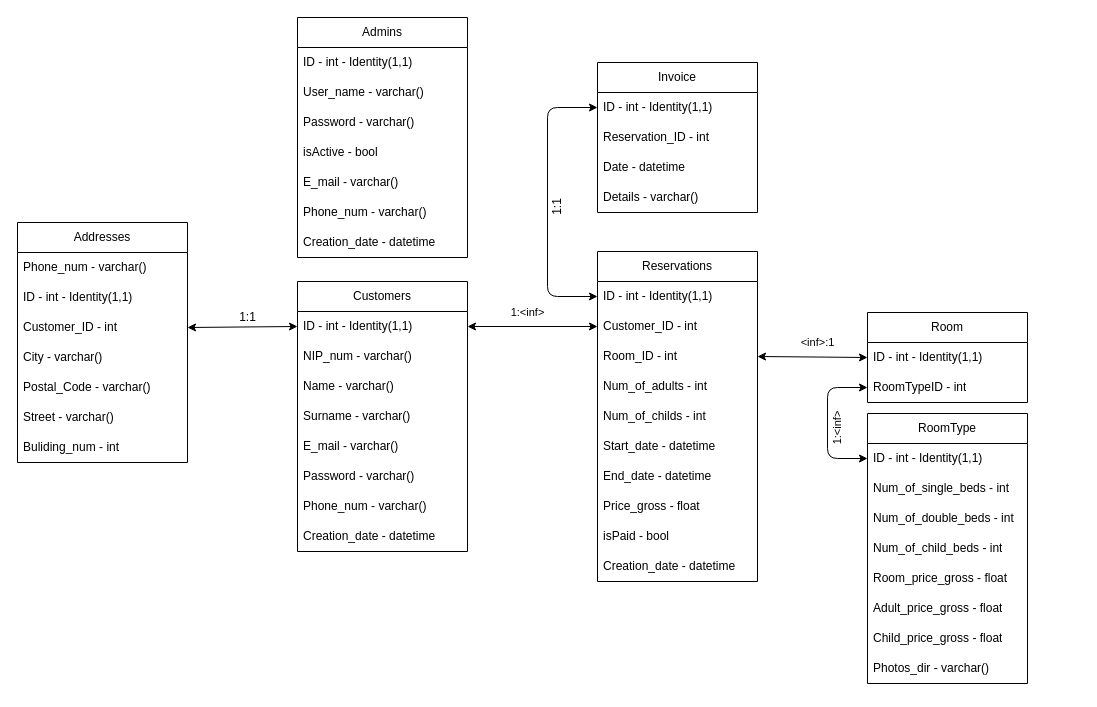
Before: DrawioSource/DB_model.drawio in PLProjektKompetencyjny/PK_6IO1z_Projekt4_DataBase, a draw.io diagram. Source tidied: cells renumbered, new cells numbered last; positions are measured from the earlier drawing's top-left corner, leaving out a move shared by most shapes. Both pictures are drawn from the tidied source at 100%, with x=0, y=0 at pixel (17, 17).
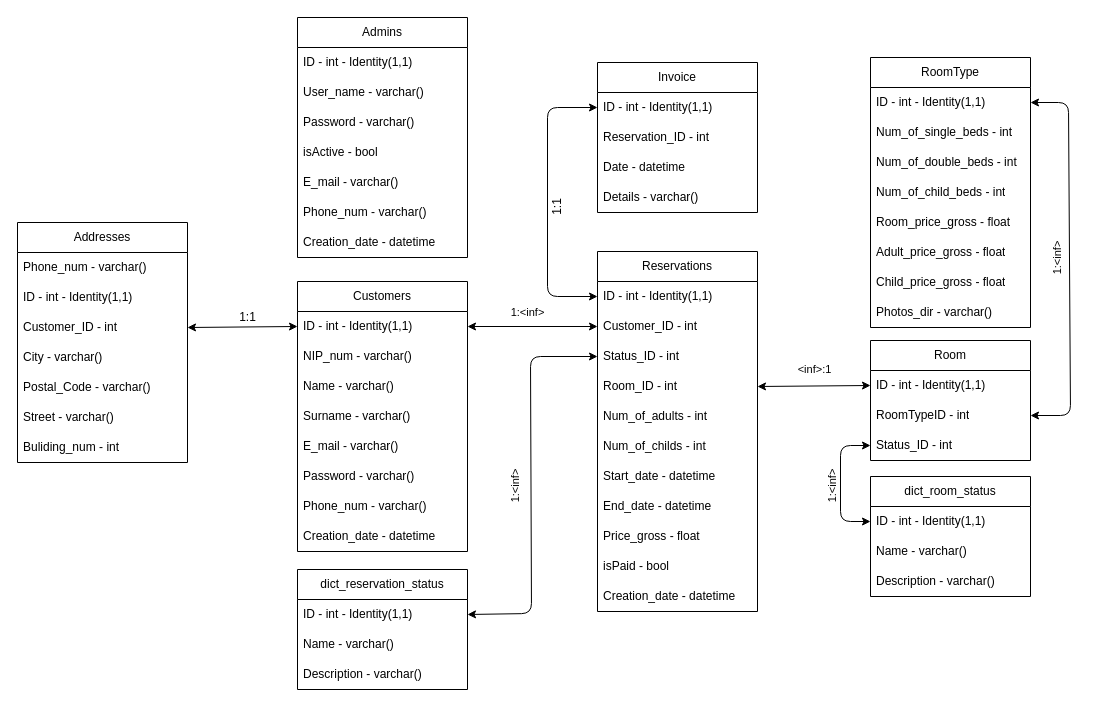
Above is the later version.

Commit message (it also covers changes not shown here):
add dict tables with statuses to BD diagram

The change refers to these unchanged cells:
```xml
<mxCell id="40" value="ID - int - Identity(1,1)" style="text;strokeColor=none;fillColor=none;align=left;verticalAlign=middle;spacingLeft=4;spacingRight=4;overflow=hidden;points=[[0,0.5],[1,0.5]];portConstraint=eastwest;whiteSpace=wrap;html=1;" parent="39" vertex="1">
  <mxGeometry y="30" width="160" height="30" as="geometry" />
</mxCell>
<mxCell id="41" value="RoomTypeID - int" style="text;strokeColor=none;fillColor=none;align=left;verticalAlign=middle;spacingLeft=4;spacingRight=4;overflow=hidden;points=[[0,0.5],[1,0.5]];portConstraint=eastwest;whiteSpace=wrap;html=1;" parent="39" vertex="1">
  <mxGeometry y="60" width="160" height="30" as="geometry" />
</mxCell>
<mxCell id="55" value="ID - int - Identity(1,1)" style="text;strokeColor=none;fillColor=none;align=left;verticalAlign=middle;spacingLeft=4;spacingRight=4;overflow=hidden;points=[[0,0.5],[1,0.5]];portConstraint=eastwest;whiteSpace=wrap;html=1;" parent="54" vertex="1">
  <mxGeometry y="30" width="160" height="30" as="geometry" />
</mxCell>
```

Change to the diagram source:
```diff
@@
     <mxCell id="28" value="Reservations" style="swimlane;fontStyle=0;horizontal=1;startSize=30;whiteSpace=wrap;html=1;" parent="1" vertex="1">
-      <mxGeometry x="580" y="234" width="160" height="330" as="geometry" />
+      <mxGeometry x="580" y="234" width="160" height="360" as="geometry" />
     </mxCell>
@@
+    <mxCell id="65" value="Status_ID - int" style="text;strokeColor=none;fillColor=none;align=left;verticalAlign=middle;spacingLeft=4;spacingRight=4;overflow=hidden;points=[[0,0.5],[1,0.5]];portConstraint=eastwest;whiteSpace=wrap;html=1;" parent="28" vertex="1">
+      <mxGeometry y="90" width="160" height="30" as="geometry" />
+    </mxCell>
     <mxCell id="31" value="Room_ID - int" style="text;strokeColor=none;fillColor=none;align=left;verticalAlign=middle;spacingLeft=4;spacingRight=4;overflow=hidden;points=[[0,0.5],[1,0.5]];portConstraint=eastwest;whiteSpace=wrap;html=1;" parent="28" vertex="1">
-      <mxGeometry y="90" width="160" height="30" as="geometry" />
+      <mxGeometry y="120" width="160" height="30" as="geometry" />
     </mxCell>
     <mxCell id="32" value="Num_of_adults - int" style="text;strokeColor=none;fillColor=none;align=left;verticalAlign=middle;spacingLeft=4;spacingRight=4;overflow=hidden;whiteSpace=wrap;html=1;" parent="28" vertex="1">
-      <mxGeometry y="120" width="160" height="30" as="geometry" />
+      <mxGeometry y="150" width="160" height="30" as="geometry" />
     </mxCell>
     <mxCell id="33" value="Num_of_childs - int" style="text;strokeColor=none;fillColor=none;align=left;verticalAlign=middle;spacingLeft=4;spacingRight=4;overflow=hidden;whiteSpace=wrap;html=1;" parent="28" vertex="1">
-      <mxGeometry y="150" width="160" height="30" as="geometry" />
+      <mxGeometry y="180" width="160" height="30" as="geometry" />
     </mxCell>
     <mxCell id="34" value="Start_date - datetime" style="text;strokeColor=none;fillColor=none;align=left;verticalAlign=middle;spacingLeft=4;spacingRight=4;overflow=hidden;whiteSpace=wrap;html=1;" parent="28" vertex="1">
-      <mxGeometry y="180" width="160" height="30" as="geometry" />
+      <mxGeometry y="210" width="160" height="30" as="geometry" />
     </mxCell>
     <mxCell id="35" value="End_date - datetime" style="text;strokeColor=none;fillColor=none;align=left;verticalAlign=middle;spacingLeft=4;spacingRight=4;overflow=hidden;whiteSpace=wrap;html=1;" parent="28" vertex="1">
-      <mxGeometry y="210" width="160" height="30" as="geometry" />
+      <mxGeometry y="240" width="160" height="30" as="geometry" />
     </mxCell>
     <mxCell id="36" value="Price_gross - float" style="text;strokeColor=none;fillColor=none;align=left;verticalAlign=middle;spacingLeft=4;spacingRight=4;overflow=hidden;whiteSpace=wrap;html=1;" parent="28" vertex="1">
-      <mxGeometry y="240" width="160" height="30" as="geometry" />
+      <mxGeometry y="270" width="160" height="30" as="geometry" />
     </mxCell>
     <mxCell id="37" value="isPaid - bool" style="text;strokeColor=none;fillColor=none;align=left;verticalAlign=middle;spacingLeft=4;spacingRight=4;overflow=hidden;whiteSpace=wrap;html=1;" parent="28" vertex="1">
-      <mxGeometry y="270" width="160" height="30" as="geometry" />
+      <mxGeometry y="300" width="160" height="30" as="geometry" />
     </mxCell>
     <mxCell id="38" value="Creation_date - datetime" style="text;strokeColor=none;fillColor=none;align=left;verticalAlign=middle;spacingLeft=4;spacingRight=4;overflow=hidden;whiteSpace=wrap;html=1;" parent="28" vertex="1">
-      <mxGeometry y="300" width="160" height="30" as="geometry" />
+      <mxGeometry y="330" width="160" height="30" as="geometry" />
     </mxCell>
     <mxCell id="39" value="Room" style="swimlane;fontStyle=0;horizontal=1;startSize=30;whiteSpace=wrap;html=1;" parent="1" vertex="1">
-      <mxGeometry x="850" y="295" width="160" height="90" as="geometry" />
+      <mxGeometry x="853" y="323" width="160" height="120" as="geometry" />
     </mxCell>
@@
+    <mxCell id="66" value="Status_ID - int" style="text;strokeColor=none;fillColor=none;align=left;verticalAlign=middle;spacingLeft=4;spacingRight=4;overflow=hidden;points=[[0,0.5],[1,0.5]];portConstraint=eastwest;whiteSpace=wrap;html=1;" parent="39" vertex="1">
+      <mxGeometry y="90" width="160" height="30" as="geometry" />
+    </mxCell>
@@
-    <mxCell id="44" style="edgeStyle=none;shape=connector;rounded=1;html=1;exitX=1;exitY=0.5;exitDx=0;exitDy=0;entryX=0;entryY=0.5;entryDx=0;entryDy=0;labelBackgroundColor=default;strokeColor=default;fontFamily=Helvetica;fontSize=11;fontColor=default;startArrow=classic;startFill=1;endArrow=classic;" parent="1" edge="1" source="31" target="40">
-      <mxGeometry relative="1" as="geometry" />
-    </mxCell>
     <mxCell id="45" value="&amp;lt;inf&amp;gt;:1" style="text;html=1;align=center;verticalAlign=middle;strokeColor=none;fillColor=none;fontSize=11;fontFamily=Helvetica;fontColor=default;" parent="1" vertex="1">
-      <mxGeometry x="770" y="310" width="60" height="30" as="geometry" />
+      <mxGeometry x="767" y="337" width="60" height="30" as="geometry" />
     </mxCell>
@@
     <mxCell id="54" value="RoomType" style="swimlane;fontStyle=0;horizontal=1;startSize=30;whiteSpace=wrap;html=1;" parent="1" vertex="1">
-      <mxGeometry x="850" y="396" width="160" height="270" as="geometry" />
+      <mxGeometry x="853" y="40" width="160" height="270" as="geometry" />
     </mxCell>
@@
-    <mxCell id="63" style="edgeStyle=none;shape=connector;rounded=1;html=1;exitX=0;exitY=0.5;exitDx=0;exitDy=0;entryX=0;entryY=0.5;entryDx=0;entryDy=0;labelBackgroundColor=default;strokeColor=default;fontFamily=Helvetica;fontSize=11;fontColor=default;startArrow=classic;startFill=1;endArrow=classic;" parent="1" edge="1" source="55" target="41">
-      <mxGeometry relative="1" as="geometry">
-        <Array as="points">
-          <mxPoint x="810" y="441" />
-          <mxPoint x="810" y="370" />
-        </Array>
-      </mxGeometry>
-    </mxCell>
     <mxCell id="64" value="1:&amp;lt;inf&amp;gt;" style="text;html=1;align=center;verticalAlign=middle;strokeColor=none;fillColor=none;fontSize=11;fontFamily=Helvetica;fontColor=default;rotation=-90;" parent="1" vertex="1">
-      <mxGeometry x="790" y="396" width="60" height="30" as="geometry" />
+      <mxGeometry x="1010" y="226" width="60" height="30" as="geometry" />
     </mxCell>
+    <mxCell id="67" value="dict_reservation_status" style="swimlane;fontStyle=0;horizontal=1;startSize=30;whiteSpace=wrap;html=1;" parent="1" vertex="1">
+      <mxGeometry x="280" y="552" width="170" height="120" as="geometry" />
+    </mxCell>
+    <mxCell id="68" value="ID - int - Identity(1,1)" style="text;strokeColor=none;fillColor=none;align=left;verticalAlign=middle;spacingLeft=4;spacingRight=4;overflow=hidden;points=[[0,0.5],[1,0.5]];portConstraint=eastwest;whiteSpace=wrap;html=1;" parent="67" vertex="1">
+      <mxGeometry y="30" width="170" height="30" as="geometry" />
+    </mxCell>
+    <mxCell id="69" value="Name - varchar()" style="text;strokeColor=none;fillColor=none;align=left;verticalAlign=middle;spacingLeft=4;spacingRight=4;overflow=hidden;whiteSpace=wrap;html=1;" parent="67" vertex="1">
+      <mxGeometry y="60" width="170" height="30" as="geometry" />
+    </mxCell>
+    <mxCell id="70" value="Description - varchar()" style="text;strokeColor=none;fillColor=none;align=left;verticalAlign=middle;spacingLeft=4;spacingRight=4;overflow=hidden;whiteSpace=wrap;html=1;" parent="67" vertex="1">
+      <mxGeometry y="90" width="170" height="30" as="geometry" />
+    </mxCell>
+    <mxCell id="71" style="edgeStyle=none;html=1;exitX=1;exitY=0.5;exitDx=0;exitDy=0;entryX=0;entryY=0.5;entryDx=0;entryDy=0;startArrow=classic;startFill=1;" parent="1" edge="1" source="68" target="65">
+      <mxGeometry relative="1" as="geometry">
+        <Array as="points">
+          <mxPoint x="514" y="596" />
+          <mxPoint x="513" y="339" />
+        </Array>
+      </mxGeometry>
+    </mxCell>
+    <mxCell id="72" value="1:&amp;lt;inf&amp;gt;" style="text;html=1;align=center;verticalAlign=middle;strokeColor=none;fillColor=none;fontSize=11;fontFamily=Helvetica;fontColor=default;rotation=-90;" parent="1" vertex="1">
+      <mxGeometry x="468" y="454" width="60" height="30" as="geometry" />
+    </mxCell>
+    <mxCell id="44" style="edgeStyle=none;html=1;exitX=1;exitY=0.5;exitDx=0;exitDy=0;entryX=0;entryY=0.5;entryDx=0;entryDy=0;startArrow=classic;startFill=1;" parent="1" edge="1" source="31" target="40">
+      <mxGeometry relative="1" as="geometry" />
+    </mxCell>
+    <mxCell id="73" style="edgeStyle=none;html=1;exitX=1;exitY=0.5;exitDx=0;exitDy=0;entryX=1;entryY=0.5;entryDx=0;entryDy=0;startArrow=classic;startFill=1;" parent="1" edge="1" source="41" target="55">
+      <mxGeometry relative="1" as="geometry">
+        <Array as="points">
+          <mxPoint x="1053" y="398" />
+          <mxPoint x="1051" y="85" />
+        </Array>
+      </mxGeometry>
+    </mxCell>
+    <mxCell id="74" value="dict_room_status" style="swimlane;fontStyle=0;horizontal=1;startSize=30;whiteSpace=wrap;html=1;" parent="1" vertex="1">
+      <mxGeometry x="853" y="459" width="160" height="120" as="geometry" />
+    </mxCell>
+    <mxCell id="75" value="ID - int - Identity(1,1)" style="text;strokeColor=none;fillColor=none;align=left;verticalAlign=middle;spacingLeft=4;spacingRight=4;overflow=hidden;points=[[0,0.5],[1,0.5]];portConstraint=eastwest;whiteSpace=wrap;html=1;" parent="74" vertex="1">
+      <mxGeometry y="30" width="160" height="30" as="geometry" />
+    </mxCell>
+    <mxCell id="76" value="Name - varchar()" style="text;strokeColor=none;fillColor=none;align=left;verticalAlign=middle;spacingLeft=4;spacingRight=4;overflow=hidden;whiteSpace=wrap;html=1;" parent="74" vertex="1">
+      <mxGeometry y="60" width="160" height="30" as="geometry" />
+    </mxCell>
+    <mxCell id="77" value="Description - varchar()" style="text;strokeColor=none;fillColor=none;align=left;verticalAlign=middle;spacingLeft=4;spacingRight=4;overflow=hidden;whiteSpace=wrap;html=1;" parent="74" vertex="1">
+      <mxGeometry y="90" width="160" height="30" as="geometry" />
+    </mxCell>
+    <mxCell id="78" style="edgeStyle=none;html=1;exitX=0;exitY=0.5;exitDx=0;exitDy=0;entryX=0;entryY=0.5;entryDx=0;entryDy=0;startArrow=classic;startFill=1;" parent="1" edge="1" source="75" target="66">
+      <mxGeometry relative="1" as="geometry">
+        <Array as="points">
+          <mxPoint x="823" y="504" />
+          <mxPoint x="823" y="428" />
+        </Array>
+      </mxGeometry>
+    </mxCell>
+    <mxCell id="79" value="1:&amp;lt;inf&amp;gt;" style="text;html=1;align=center;verticalAlign=middle;strokeColor=none;fillColor=none;fontSize=11;fontFamily=Helvetica;fontColor=default;rotation=-90;" parent="1" vertex="1">
+      <mxGeometry x="785" y="454" width="60" height="30" as="geometry" />
+    </mxCell>
```
